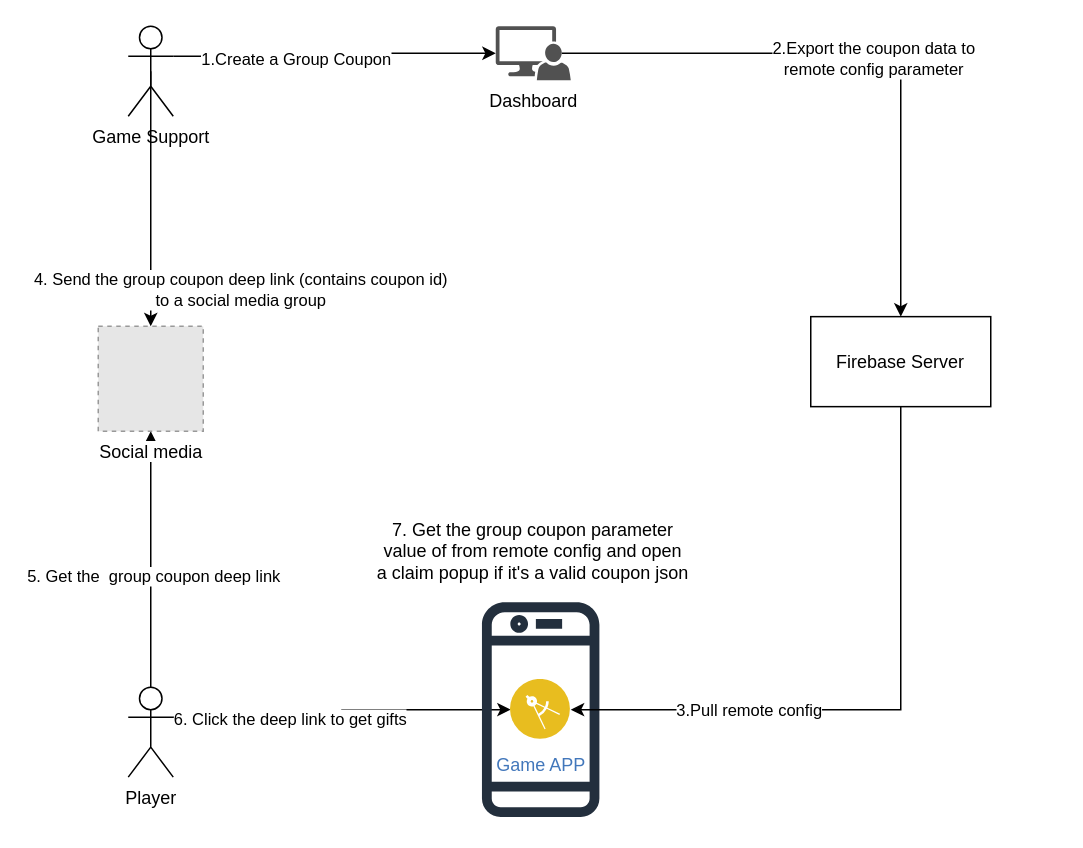
This is page "deeplink coupon" (6 of 10) of Remote Config Coupon Architecture.drawio from yaohuiwu/SimpleFS, a draw.io file, before an edit. Source tidied: cells renumbered, new cells numbered last; positions are measured from the earlier drawing's top-left corner, leaving out a move shared by most shapes. Both pictures are drawn from the tidied source at 150%, with x=0, y=0 at pixel (98, 26). Pictures stored in the file or linked from it are replaced by grey dashed boxes.
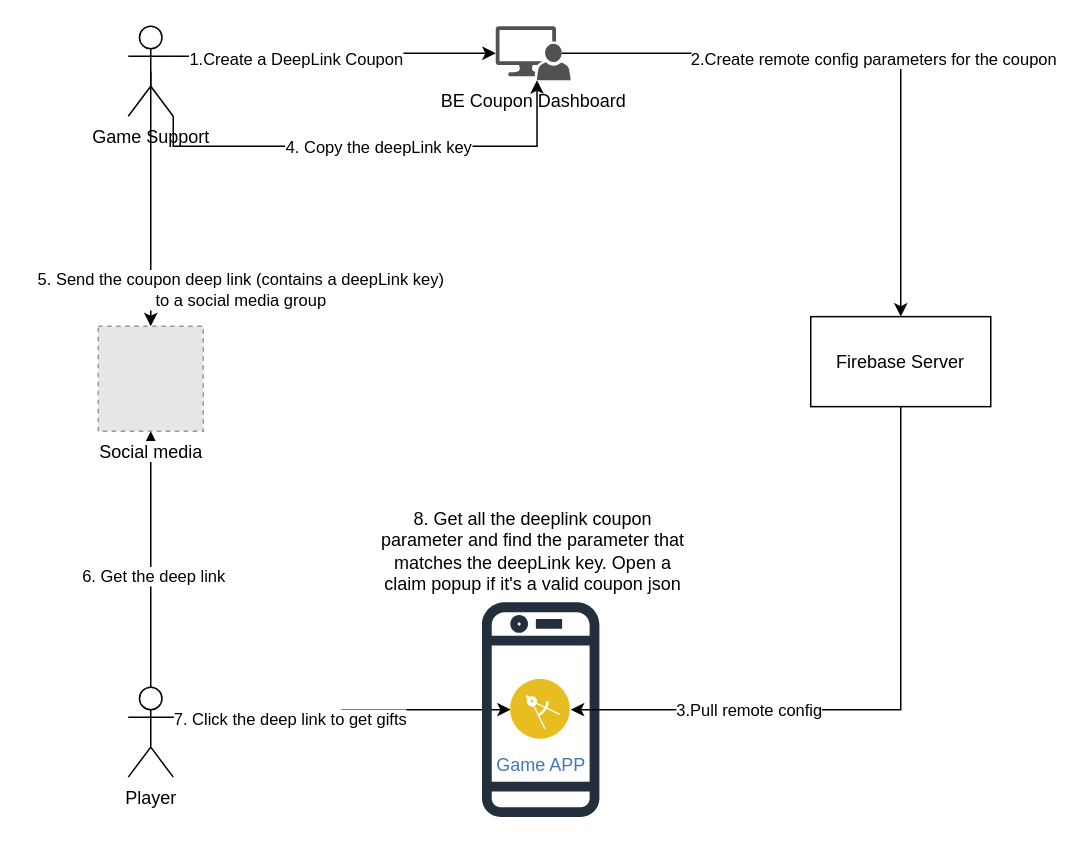
After the change.

Unchanged cells that the change refers to:
```xml
<mxCell id="2" style="edgeStyle=orthogonalEdgeStyle;rounded=0;jettySize=auto;html=1;exitX=1;exitY=0.3333333333333333;exitDx=0;exitDy=0;exitPerimeter=0;entryX=0;entryY=0.5;entryDx=0;entryDy=0;" parent="1" edge="1" source="6" target="14">
  <mxGeometry relative="1" as="geometry" />
</mxCell>
<mxCell id="4" style="edgeStyle=orthogonalEdgeStyle;rounded=0;jettySize=auto;html=1;exitX=0.5;exitY=0;exitDx=0;exitDy=0;exitPerimeter=0;entryX=0.5;entryY=1;entryDx=0;entryDy=0;" parent="1" edge="1" source="6" target="21">
  <mxGeometry relative="1" as="geometry" />
</mxCell>
<mxCell id="11" style="edgeStyle=orthogonalEdgeStyle;rounded=0;jettySize=auto;html=1;exitX=0.88;exitY=0.5;exitDx=0;exitDy=0;exitPerimeter=0;" parent="1" edge="1" source="13" target="10">
  <mxGeometry relative="1" as="geometry" />
</mxCell>
<mxCell id="15" style="edgeStyle=orthogonalEdgeStyle;rounded=0;jettySize=auto;html=1;exitX=0.5;exitY=0.5;exitDx=0;exitDy=0;exitPerimeter=0;" parent="1" edge="1" source="17">
  <mxGeometry relative="1" as="geometry">
    <mxPoint x="35" y="200" as="targetPoint" />
  </mxGeometry>
</mxCell>
<mxCell id="17" value="Game Support" style="shape=umlActor;verticalLabelPosition=bottom;verticalAlign=top;html=1;outlineConnect=0;" parent="1" vertex="1">
  <mxGeometry x="20" width="30" height="60" as="geometry" />
</mxCell>
<mxCell id="18" style="edgeStyle=orthogonalEdgeStyle;rounded=0;jettySize=auto;html=1;exitX=1;exitY=0.3333333333333333;exitDx=0;exitDy=0;exitPerimeter=0;entryX=0;entryY=0.5;entryDx=0;entryDy=0;entryPerimeter=0;" parent="1" edge="1" source="17" target="13">
  <mxGeometry relative="1" as="geometry" />
</mxCell>
```

What changed in the source:
```diff
@@
-    <mxCell id="3" value="6. Click the deep link to get gifts" style="edgeLabel;html=1;align=center;verticalAlign=middle;" parent="2" vertex="1">
+    <mxCell id="3" value="7. Click the deep link to get gifts" style="edgeLabel;html=1;align=center;verticalAlign=middle;" parent="2" vertex="1">
       <mxGeometry x="-0.33" y="-1" relative="1" as="geometry" />
     </mxCell>
@@
-    <mxCell id="5" value="5. Get the&amp;nbsp; group coupon deep link" style="edgeLabel;html=1;align=center;verticalAlign=middle;" parent="4" vertex="1">
+    <mxCell id="5" value="6. Get the deep link" style="edgeLabel;html=1;align=center;verticalAlign=middle;" parent="4" vertex="1">
       <mxGeometry x="-0.13" y="-1" relative="1" as="geometry" />
     </mxCell>
@@
-    <mxCell id="12" value="2.Export the coupon data to &lt;br&gt;remote config parameter" style="edgeLabel;html=1;align=center;verticalAlign=middle;" parent="11" vertex="1">
+    <mxCell id="12" value="2.Create remote config parameters for the coupon" style="edgeLabel;html=1;align=center;verticalAlign=middle;" parent="11" vertex="1">
       <mxGeometry x="0.03" y="-3" relative="1" as="geometry" />
     </mxCell>
-    <mxCell id="13" value="Dashboard" style="sketch=0;shadow=0;dashed=0;html=1;strokeColor=none;labelPosition=center;verticalLabelPosition=bottom;verticalAlign=top;align=center;fillColor=#515151;shape=mxgraph.mscae.system_center.admin_console;" parent="1" vertex="1">
+    <mxCell id="13" value="BE Coupon Dashboard" style="sketch=0;shadow=0;dashed=0;html=1;strokeColor=none;labelPosition=center;verticalLabelPosition=bottom;verticalAlign=top;align=center;fillColor=#515151;shape=mxgraph.mscae.system_center.admin_console;" parent="1" vertex="1">
       <mxGeometry x="265" width="50" height="36" as="geometry" />
     </mxCell>
@@
-    <mxCell id="16" value="4. Send the group coupon deep link (contains coupon id) &lt;br&gt;to a social media group" style="edgeLabel;html=1;align=center;verticalAlign=middle;" parent="15" vertex="1">
+    <mxCell id="16" value="5. Send the coupon deep link (contains a deepLink key) &lt;br&gt;to a social media group" style="edgeLabel;html=1;align=center;verticalAlign=middle;" parent="15" vertex="1">
       <mxGeometry x="0.24" y="3" relative="1" as="geometry">
         <mxPoint x="56" y="40" as="offset" />
       </mxGeometry>
     </mxCell>
@@
-    <mxCell id="19" value="1.Create a Group Coupon" style="edgeLabel;html=1;align=center;verticalAlign=middle;" parent="18" vertex="1">
+    <mxCell id="19" value="1.Create a DeepLink Coupon" style="edgeLabel;html=1;align=center;verticalAlign=middle;" parent="18" vertex="1">
       <mxGeometry x="-0.25" y="-1" relative="1" as="geometry" />
     </mxCell>
-    <mxCell id="20" value="7. Get the group coupon parameter value of from remote config and open a claim popup if it's a valid coupon json" style="text;html=1;strokeColor=none;fillColor=none;align=center;verticalAlign=middle;whiteSpace=wrap;rounded=0;" parent="1" vertex="1">
+    <mxCell id="20" value="8. Get all the deeplink coupon parameter and find the parameter that matches the deepLink key. Open a claim popup if it's a valid coupon json" style="text;html=1;strokeColor=none;fillColor=none;align=center;verticalAlign=middle;whiteSpace=wrap;rounded=0;" parent="1" vertex="1">
       <mxGeometry x="185" y="330" width="210" height="40" as="geometry" />
     </mxCell>
@@
+    <mxCell id="22" style="edgeStyle=orthogonalEdgeStyle;rounded=0;jettySize=auto;html=1;exitX=1;exitY=1;exitDx=0;exitDy=0;exitPerimeter=0;entryX=0.55;entryY=1;entryDx=0;entryDy=0;entryPerimeter=0;" parent="1" edge="1" source="17" target="13">
+      <mxGeometry relative="1" as="geometry" />
+    </mxCell>
+    <mxCell id="23" value="4. Copy the deepLink key" style="edgeLabel;html=1;align=center;verticalAlign=middle;" parent="22" vertex="1">
+      <mxGeometry x="0.02" relative="1" as="geometry" />
+    </mxCell>
```
